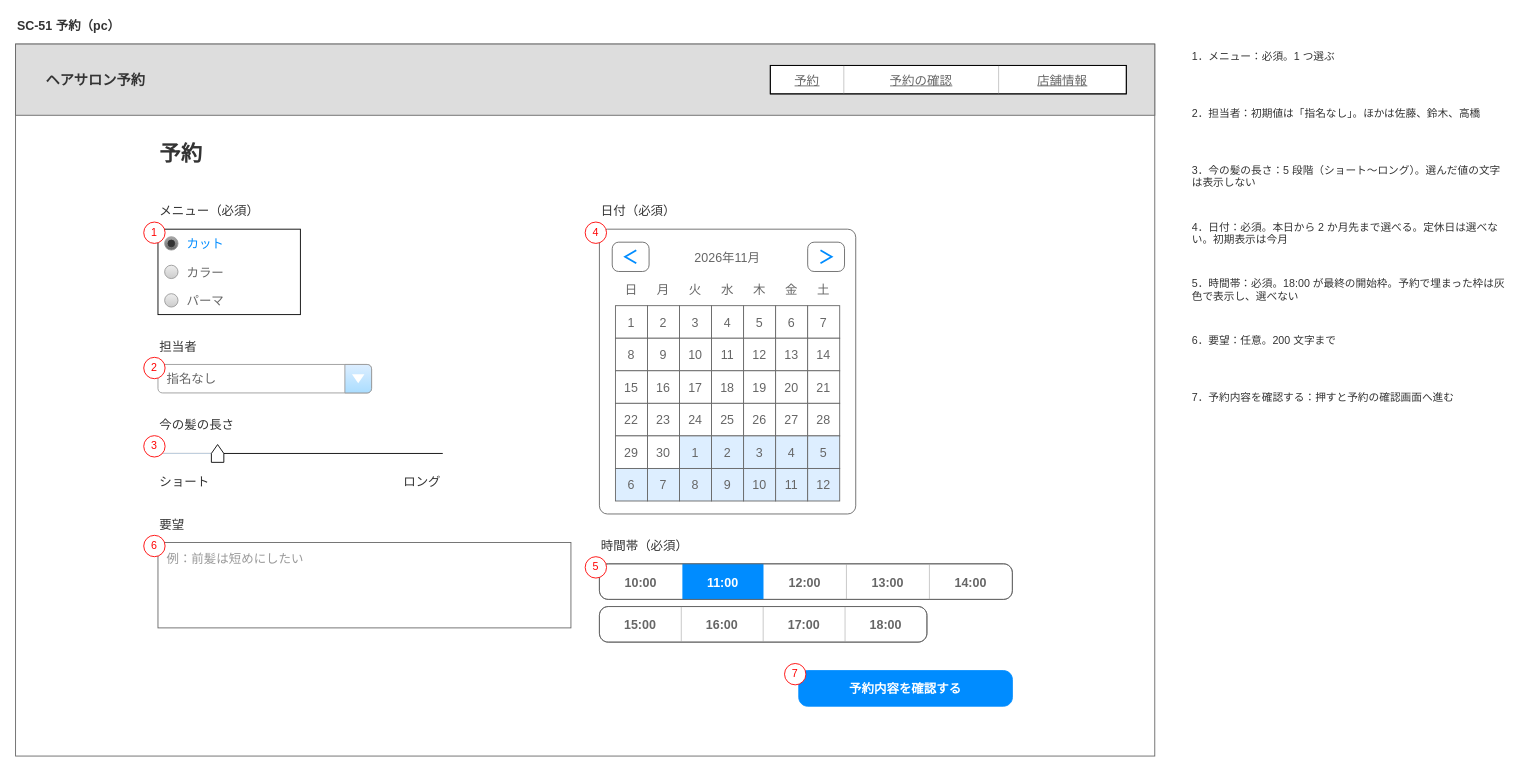
This is page "pc" (1 of 2) of outputs/wireframes/drawio/wf-sc51-reserve.drawio from hiroshees/drawio-design-kit, a draw.io file, before an edit. Source tidied: cells renumbered, new cells numbered last; positions are measured from the earlier drawing's top-left corner, leaving out a move shared by most shapes. Both pictures are drawn from the tidied source at 89%, with x=0, y=0 at pixel (15, 15).
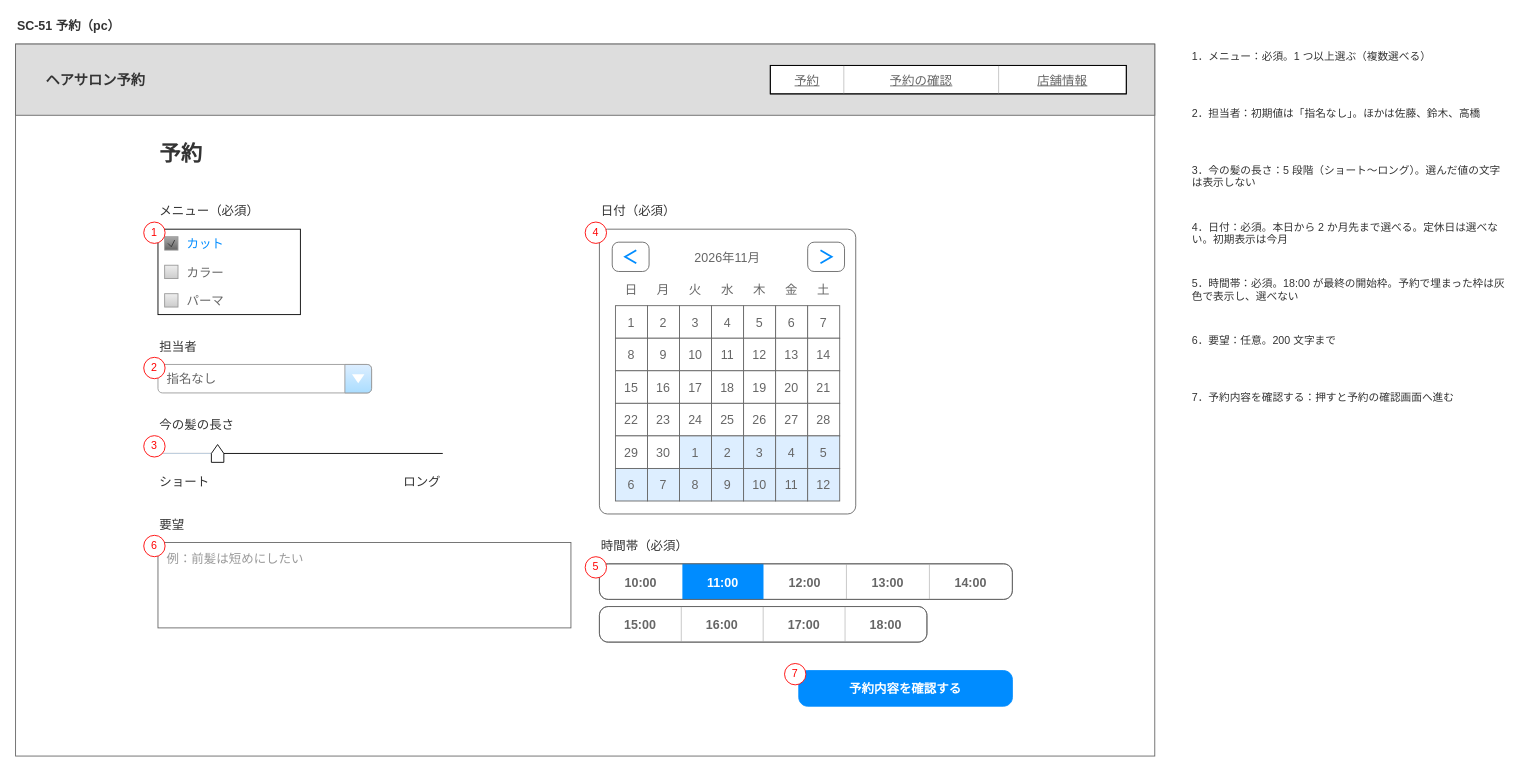
After the change.

The edit, as a diff of the source:
```diff
@@
-    <mxCell id="11" style="shape=mxgraph.mockup.forms.radioGroup;html=1;whiteSpace=wrap;mainText=+カット,カラー,パーマ;textSize=14;" parent="2" vertex="1">
+    <mxCell id="11" style="shape=mxgraph.mockup.forms.checkboxGroup;html=1;whiteSpace=wrap;mainText=+カット,カラー,パーマ;textSize=14;" parent="2" vertex="1">
       <mxGeometry x="160" y="240" width="160" height="96" as="geometry" />
     </mxCell>
@@
-    <mxCell id="27" value="1．メニュー：必須。1 つ選ぶ" style="text;html=1;whiteSpace=wrap;align=left;verticalAlign=top;fontSize=12;fontColor=#333333;" parent="3" vertex="1">
+    <mxCell id="27" value="1．メニュー：必須。1 つ以上選ぶ（複数選べる）" style="text;html=1;whiteSpace=wrap;align=left;verticalAlign=top;fontSize=12;fontColor=#333333;" parent="3" vertex="1">
       <mxGeometry x="1320" y="32" width="360" height="56" as="geometry" />
     </mxCell>
```
